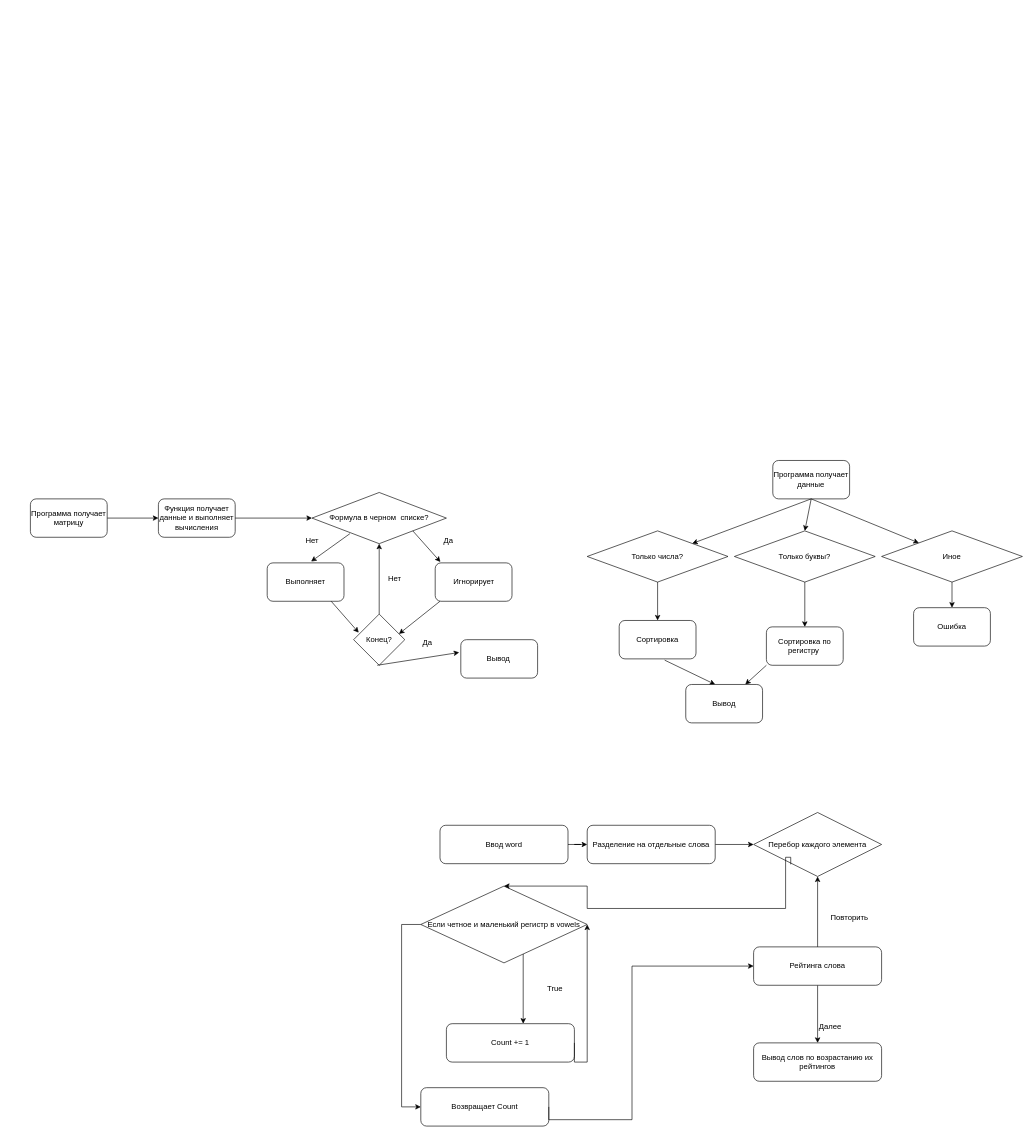
The draw.io diagram module.drawio in DezerMillerW/UwU, before the edit. Source tidied: cells renumbered, new cells numbered last; positions are measured from the earlier drawing's top-left corner, leaving out a move shared by most shapes. Both pictures are drawn from the tidied source at 64%, with x=0, y=0 at pixel (30, 460).
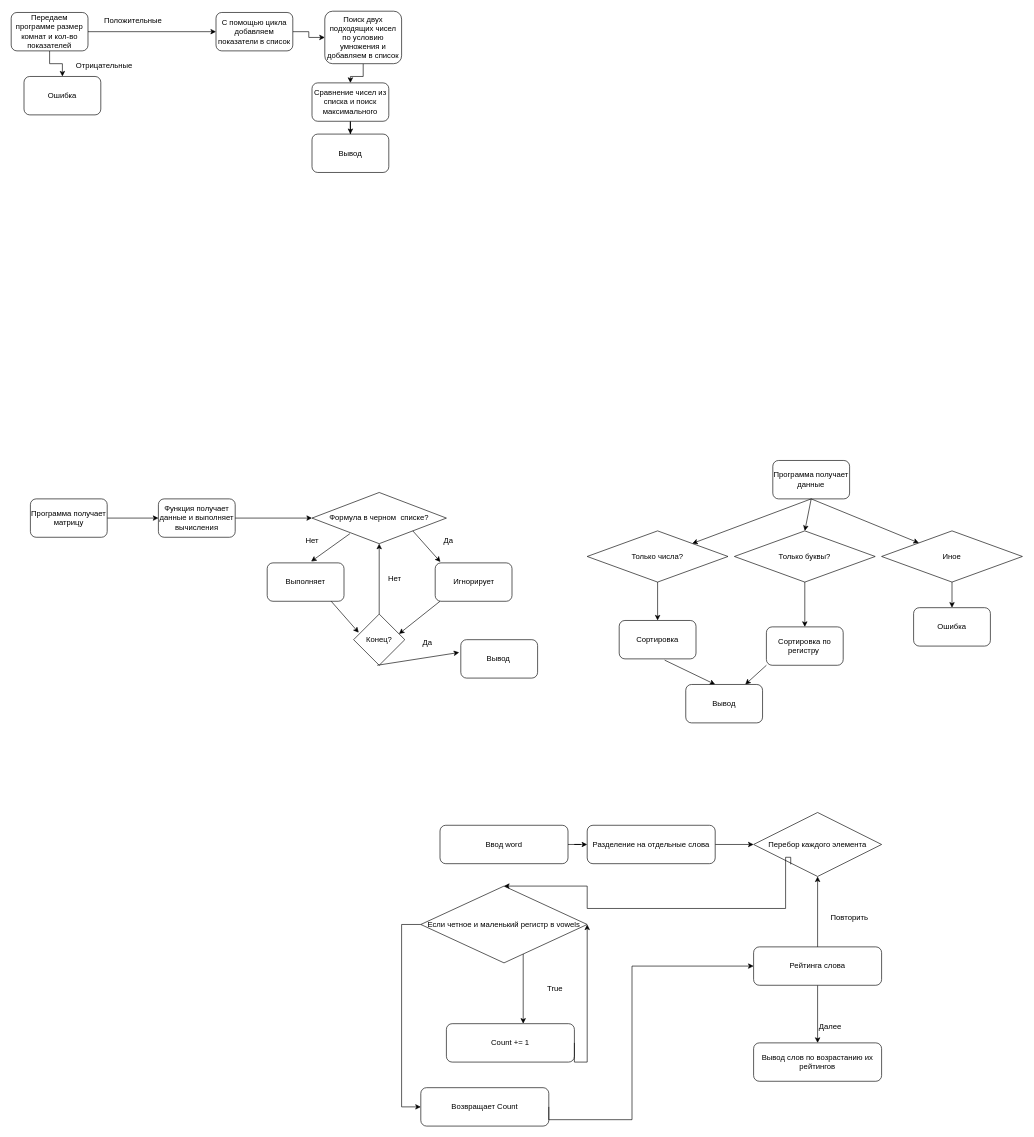
After the change.

What changed in the source:
```diff
@@
+    <mxCell id="57" style="edgeStyle=orthogonalEdgeStyle;rounded=0;jettySize=auto;html=1;" parent="1" edge="1" source="59" target="61">
+      <mxGeometry relative="1" as="geometry" />
+    </mxCell>
+    <mxCell id="58" style="edgeStyle=orthogonalEdgeStyle;rounded=0;jettySize=auto;html=1;" parent="1" edge="1" source="59" target="62">
+      <mxGeometry relative="1" as="geometry" />
+    </mxCell>
+    <mxCell id="59" value="Передаем программе размер комнат и кол-во показателей" style="rounded=1;whiteSpace=wrap;html=1;" parent="1" vertex="1">
+      <mxGeometry x="-30" y="-700" width="120" height="60" as="geometry" />
+    </mxCell>
+    <mxCell id="60" style="edgeStyle=orthogonalEdgeStyle;rounded=0;jettySize=auto;html=1;" parent="1" edge="1" source="61" target="66">
+      <mxGeometry relative="1" as="geometry" />
+    </mxCell>
+    <mxCell id="61" value="С помощью цикла добавляем показатели в список" style="rounded=1;whiteSpace=wrap;html=1;" parent="1" vertex="1">
+      <mxGeometry x="290" y="-700" width="120" height="60" as="geometry" />
+    </mxCell>
+    <mxCell id="62" value="Ошибка" style="rounded=1;whiteSpace=wrap;html=1;" parent="1" vertex="1">
+      <mxGeometry x="-10" y="-600" width="120" height="60" as="geometry" />
+    </mxCell>
+    <mxCell id="63" value="Положительные" style="text;html=1;align=center;verticalAlign=middle;strokeColor=none;fillColor=none;" parent="1" vertex="1">
+      <mxGeometry x="105" y="-702" width="110" height="30" as="geometry" />
+    </mxCell>
+    <mxCell id="64" value="Отрицательные" style="text;html=1;align=center;verticalAlign=middle;strokeColor=none;fillColor=none;" parent="1" vertex="1">
+      <mxGeometry x="60" y="-632" width="110" height="30" as="geometry" />
+    </mxCell>
+    <mxCell id="65" style="edgeStyle=orthogonalEdgeStyle;rounded=0;jettySize=auto;html=1;" parent="1" edge="1" source="66" target="68">
+      <mxGeometry relative="1" as="geometry" />
+    </mxCell>
+    <mxCell id="66" value="Поиск двух подходящих чисел по условию умножения и добавляем в список" style="rounded=1;whiteSpace=wrap;html=1;" parent="1" vertex="1">
+      <mxGeometry x="460" y="-702" width="120" height="82" as="geometry" />
+    </mxCell>
+    <mxCell id="67" style="edgeStyle=orthogonalEdgeStyle;rounded=0;jettySize=auto;html=1;" parent="1" edge="1" source="68" target="69">
+      <mxGeometry relative="1" as="geometry" />
+    </mxCell>
+    <mxCell id="68" value="Сравнение чисел из списка и поиск максимального" style="rounded=1;whiteSpace=wrap;html=1;" parent="1" vertex="1">
+      <mxGeometry x="440" y="-590" width="120" height="60" as="geometry" />
+    </mxCell>
+    <mxCell id="69" value="Вывод" style="rounded=1;whiteSpace=wrap;html=1;" parent="1" vertex="1">
+      <mxGeometry x="440" y="-510" width="120" height="60" as="geometry" />
+    </mxCell>
```
